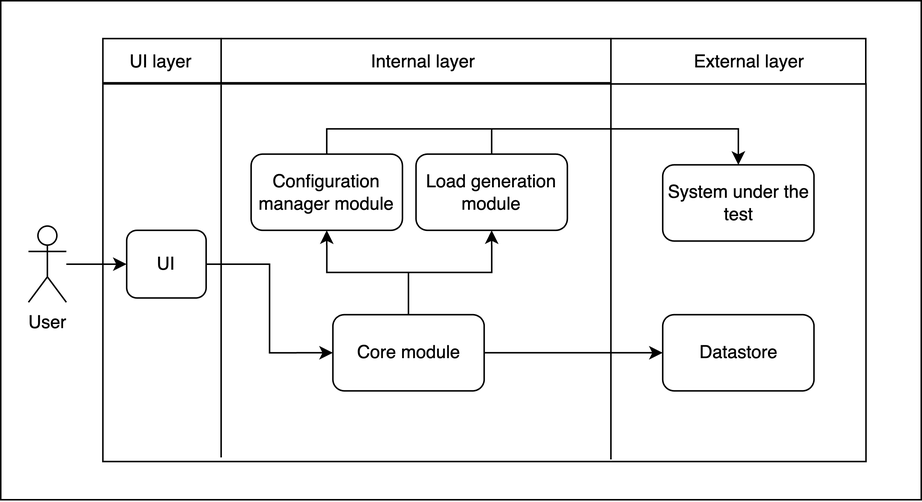
edikgoose/iu-thesis keeps this draw.io diagram as figs/design.png. Above is the earlier version. Source tidied: cells renumbered, new cells last; positions are measured from the earlier drawing's top-left corner, leaving out a move shared by most shapes. Its diagram source:
```xml
<mxGraphModel>
  <root>
    <mxCell id="0" />
    <mxCell id="1" parent="0" />
    <mxCell id="2" style="rounded=0;whiteSpace=wrap;html=1;" parent="1" vertex="1">
      <mxGeometry width="614" height="333" as="geometry" />
    </mxCell>
    <mxCell id="3" style="rounded=0;whiteSpace=wrap;html=1;" parent="1" vertex="1">
      <mxGeometry x="68.1" y="55.5" width="509" height="252" as="geometry" />
    </mxCell>
    <mxCell id="4" value="System under the test" style="rounded=1;whiteSpace=wrap;html=1;" parent="1" vertex="1">
      <mxGeometry x="441.5" y="109.5" width="100.9" height="50.8" as="geometry" />
    </mxCell>
    <mxCell id="5" style="edgeStyle=orthogonalEdgeStyle;rounded=0;jettySize=auto;html=1;entryX=0;entryY=0.5;entryDx=0;entryDy=0;" parent="1" edge="1" source="6" target="13">
      <mxGeometry relative="1" as="geometry" />
    </mxCell>
    <mxCell id="6" value="User" style="shape=umlActor;verticalLabelPosition=bottom;verticalAlign=top;html=1;outlineConnect=0;" parent="1" vertex="1">
      <mxGeometry x="18.5" y="150.4" width="25.2" height="50.8" as="geometry" />
    </mxCell>
    <mxCell id="7" value="Datastore" style="rounded=1;whiteSpace=wrap;html=1;" parent="1" vertex="1">
      <mxGeometry x="441.5" y="209.5" width="100.9" height="50.8" as="geometry" />
    </mxCell>
    <mxCell id="8" style="edgeStyle=orthogonalEdgeStyle;rounded=0;jettySize=auto;html=1;entryX=0.5;entryY=0;entryDx=0;entryDy=0;" parent="1" edge="1" source="9" target="4">
      <mxGeometry relative="1" as="geometry">
        <Array as="points">
          <mxPoint x="327" y="85.5" />
          <mxPoint x="492" y="85.5" />
        </Array>
      </mxGeometry>
    </mxCell>
    <mxCell id="9" value="Load generation module" style="rounded=1;whiteSpace=wrap;html=1;" parent="1" vertex="1">
      <mxGeometry x="277" y="102.3" width="100.9" height="50.8" as="geometry" />
    </mxCell>
    <mxCell id="10" style="edgeStyle=orthogonalEdgeStyle;rounded=0;jettySize=auto;html=1;entryX=0.5;entryY=0;entryDx=0;entryDy=0;" parent="1" edge="1" source="11" target="4">
      <mxGeometry relative="1" as="geometry">
        <Array as="points">
          <mxPoint x="217" y="85.5" />
          <mxPoint x="492" y="85.5" />
        </Array>
      </mxGeometry>
    </mxCell>
    <mxCell id="11" value="Configuration manager module" style="rounded=1;whiteSpace=wrap;html=1;" parent="1" vertex="1">
      <mxGeometry x="167" y="102.3" width="100.9" height="50.8" as="geometry" />
    </mxCell>
    <mxCell id="12" style="edgeStyle=orthogonalEdgeStyle;rounded=0;jettySize=auto;html=1;exitX=1;exitY=0.5;exitDx=0;exitDy=0;entryX=0;entryY=0.5;entryDx=0;entryDy=0;" parent="1" edge="1" source="13" target="17">
      <mxGeometry relative="1" as="geometry" />
    </mxCell>
    <mxCell id="13" value="UI" style="rounded=1;whiteSpace=wrap;html=1;" parent="1" vertex="1">
      <mxGeometry x="84" y="153.2" width="53" height="45.1" as="geometry" />
    </mxCell>
    <mxCell id="14" style="edgeStyle=orthogonalEdgeStyle;rounded=0;jettySize=auto;html=1;entryX=0;entryY=0.5;entryDx=0;entryDy=0;" parent="1" edge="1" source="17" target="7">
      <mxGeometry relative="1" as="geometry" />
    </mxCell>
    <mxCell id="15" style="edgeStyle=orthogonalEdgeStyle;rounded=0;jettySize=auto;html=1;entryX=0.5;entryY=1;entryDx=0;entryDy=0;" parent="1" edge="1" source="17" target="11">
      <mxGeometry relative="1" as="geometry" />
    </mxCell>
    <mxCell id="16" style="edgeStyle=orthogonalEdgeStyle;rounded=0;jettySize=auto;html=1;entryX=0.5;entryY=1;entryDx=0;entryDy=0;" parent="1" edge="1" source="17" target="9">
      <mxGeometry relative="1" as="geometry" />
    </mxCell>
    <mxCell id="17" value="Core module" style="rounded=1;whiteSpace=wrap;html=1;" parent="1" vertex="1">
      <mxGeometry x="221.5" y="209.5" width="100.9" height="50.8" as="geometry" />
    </mxCell>
    <mxCell id="18" style="endArrow=none;html=1;rounded=0;" parent="1" edge="1">
      <mxGeometry relative="1" as="geometry">
        <mxPoint x="147" y="304.7" as="sourcePoint" />
        <mxPoint x="147" y="56" as="targetPoint" />
      </mxGeometry>
    </mxCell>
    <mxCell id="19" style="endArrow=none;html=1;rounded=0;" parent="1" edge="1">
      <mxGeometry relative="1" as="geometry">
        <mxPoint x="407" y="306.1" as="sourcePoint" />
        <mxPoint x="407" y="36" as="targetPoint" />
      </mxGeometry>
    </mxCell>
    <mxCell id="20" style="rounded=0;whiteSpace=wrap;html=1;" parent="1" vertex="1">
      <mxGeometry x="407" y="25.2" width="170" height="30.2" as="geometry" />
    </mxCell>
    <mxCell id="21" value="External layer" style="text;html=1;align=center;verticalAlign=middle;whiteSpace=wrap;rounded=0;" parent="1" vertex="1">
      <mxGeometry x="457.5" y="25.5" width="85" height="30" as="geometry" />
    </mxCell>
    <mxCell id="22" style="rounded=0;whiteSpace=wrap;html=1;" parent="1" vertex="1">
      <mxGeometry x="147" y="25.2" width="260" height="29.5" as="geometry" />
    </mxCell>
    <mxCell id="23" value="Internal layer" style="text;html=1;align=center;verticalAlign=middle;whiteSpace=wrap;rounded=0;" parent="1" vertex="1">
      <mxGeometry x="237" y="25.5" width="90" height="30" as="geometry" />
    </mxCell>
    <mxCell id="24" style="rounded=0;whiteSpace=wrap;html=1;" parent="1" vertex="1">
      <mxGeometry x="68.1" y="25.2" width="78.9" height="29.5" as="geometry" />
    </mxCell>
    <mxCell id="25" value="UI layer" style="text;html=1;align=center;verticalAlign=middle;whiteSpace=wrap;rounded=0;" parent="1" vertex="1">
      <mxGeometry x="77" y="25.5" width="60" height="30" as="geometry" />
    </mxCell>
  </root>
</mxGraphModel>
```
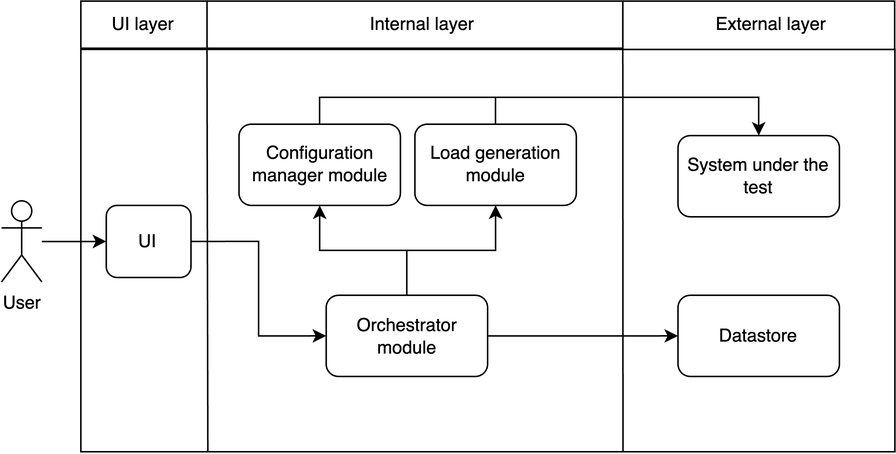
After the change.

The edit, as a diff of the source:
```diff
@@ -2,93 +2,91 @@
   <root>
     <mxCell id="0" />
     <mxCell id="1" parent="0" />
-    <mxCell id="2" style="rounded=0;whiteSpace=wrap;html=1;" parent="1" vertex="1">
-      <mxGeometry width="614" height="333" as="geometry" />
-    </mxCell>
+    <mxCell id="26" style="group;" parent="1" vertex="1">
+      <mxGeometry x="18.5" y="25.2" width="595.2" height="300.8" as="geometry" />
+    </mxCell>
-    <mxCell id="3" style="rounded=0;whiteSpace=wrap;html=1;" parent="1" vertex="1">
-      <mxGeometry x="68.1" y="55.5" width="509" height="252" as="geometry" />
+    <mxCell id="3" style="rounded=0;whiteSpace=wrap;html=1;" parent="26" vertex="1">
+      <mxGeometry x="52.9" y="32.2" width="542.4" height="268.5" as="geometry" />
     </mxCell>
-    <mxCell id="4" value="System under the test" style="rounded=1;whiteSpace=wrap;html=1;" parent="1" vertex="1">
-      <mxGeometry x="441.5" y="109.5" width="100.9" height="50.8" as="geometry" />
+    <mxCell id="4" value="System under the test" style="rounded=1;whiteSpace=wrap;html=1;" parent="26" vertex="1">
+      <mxGeometry x="450.8" y="89.8" width="107.5" height="54.2" as="geometry" />
     </mxCell>
-    <mxCell id="5" style="edgeStyle=orthogonalEdgeStyle;rounded=0;jettySize=auto;html=1;entryX=0;entryY=0.5;entryDx=0;entryDy=0;" parent="1" edge="1" source="6" target="13">
+    <mxCell id="5" style="edgeStyle=orthogonalEdgeStyle;rounded=0;jettySize=auto;html=1;entryX=0;entryY=0.5;entryDx=0;entryDy=0;" parent="26" edge="1" source="6" target="13">
       <mxGeometry relative="1" as="geometry" />
     </mxCell>
-    <mxCell id="6" value="User" style="shape=umlActor;verticalLabelPosition=bottom;verticalAlign=top;html=1;outlineConnect=0;" parent="1" vertex="1">
-      <mxGeometry x="18.5" y="150.4" width="25.2" height="50.8" as="geometry" />
+    <mxCell id="6" value="User" style="shape=umlActor;verticalLabelPosition=bottom;verticalAlign=top;html=1;outlineConnect=0;" parent="26" vertex="1">
+      <mxGeometry y="133.3" width="26.9" height="54.2" as="geometry" />
     </mxCell>
-    <mxCell id="7" value="Datastore" style="rounded=1;whiteSpace=wrap;html=1;" parent="1" vertex="1">
-      <mxGeometry x="441.5" y="209.5" width="100.9" height="50.8" as="geometry" />
+    <mxCell id="7" value="Datastore" style="rounded=1;whiteSpace=wrap;html=1;" parent="26" vertex="1">
+      <mxGeometry x="450.8" y="196.3" width="107.5" height="54.2" as="geometry" />
     </mxCell>
-    <mxCell id="8" style="edgeStyle=orthogonalEdgeStyle;rounded=0;jettySize=auto;html=1;entryX=0.5;entryY=0;entryDx=0;entryDy=0;" parent="1" edge="1" source="9" target="4">
+    <mxCell id="8" style="edgeStyle=orthogonalEdgeStyle;rounded=0;jettySize=auto;html=1;entryX=0.5;entryY=0;entryDx=0;entryDy=0;" parent="26" edge="1" source="9" target="4">
       <mxGeometry relative="1" as="geometry">
         <Array as="points">
-          <mxPoint x="327" y="85.5" />
-          <mxPoint x="492" y="85.5" />
+          <mxPoint x="328.7" y="64.2" />
+          <mxPoint x="504.5" y="64.2" />
         </Array>
       </mxGeometry>
     </mxCell>
-    <mxCell id="9" value="Load generation module" style="rounded=1;whiteSpace=wrap;html=1;" parent="1" vertex="1">
-      <mxGeometry x="277" y="102.3" width="100.9" height="50.8" as="geometry" />
+    <mxCell id="9" value="Load generation module" style="rounded=1;whiteSpace=wrap;html=1;" parent="26" vertex="1">
+      <mxGeometry x="275.4" y="82.2" width="107.5" height="54.2" as="geometry" />
     </mxCell>
-    <mxCell id="10" style="edgeStyle=orthogonalEdgeStyle;rounded=0;jettySize=auto;html=1;entryX=0.5;entryY=0;entryDx=0;entryDy=0;" parent="1" edge="1" source="11" target="4">
+    <mxCell id="10" style="edgeStyle=orthogonalEdgeStyle;rounded=0;jettySize=auto;html=1;entryX=0.5;entryY=0;entryDx=0;entryDy=0;" parent="26" edge="1" source="11" target="4">
       <mxGeometry relative="1" as="geometry">
         <Array as="points">
-          <mxPoint x="217" y="85.5" />
-          <mxPoint x="492" y="85.5" />
+          <mxPoint x="211.5" y="64.2" />
+          <mxPoint x="504.5" y="64.2" />
         </Array>
       </mxGeometry>
     </mxCell>
-    <mxCell id="11" value="Configuration manager module" style="rounded=1;whiteSpace=wrap;html=1;" parent="1" vertex="1">
-      <mxGeometry x="167" y="102.3" width="100.9" height="50.8" as="geometry" />
+    <mxCell id="11" value="Configuration manager module" style="rounded=1;whiteSpace=wrap;html=1;" parent="26" vertex="1">
+      <mxGeometry x="158.2" y="82.2" width="107.5" height="54.2" as="geometry" />
     </mxCell>
-    <mxCell id="12" style="edgeStyle=orthogonalEdgeStyle;rounded=0;jettySize=auto;html=1;exitX=1;exitY=0.5;exitDx=0;exitDy=0;entryX=0;entryY=0.5;entryDx=0;entryDy=0;" parent="1" edge="1" source="13" target="17">
+    <mxCell id="12" style="edgeStyle=orthogonalEdgeStyle;rounded=0;jettySize=auto;html=1;exitX=1;exitY=0.5;exitDx=0;exitDy=0;entryX=0;entryY=0.5;entryDx=0;entryDy=0;" parent="26" edge="1" source="13" target="17">
       <mxGeometry relative="1" as="geometry" />
     </mxCell>
-    <mxCell id="13" value="UI" style="rounded=1;whiteSpace=wrap;html=1;" parent="1" vertex="1">
-      <mxGeometry x="84" y="153.2" width="53" height="45.1" as="geometry" />
+    <mxCell id="13" value="UI" style="rounded=1;whiteSpace=wrap;html=1;" parent="26" vertex="1">
+      <mxGeometry x="69.8" y="136.3" width="56.5" height="48.1" as="geometry" />
     </mxCell>
-    <mxCell id="14" style="edgeStyle=orthogonalEdgeStyle;rounded=0;jettySize=auto;html=1;entryX=0;entryY=0.5;entryDx=0;entryDy=0;" parent="1" edge="1" source="17" target="7">
+    <mxCell id="14" style="edgeStyle=orthogonalEdgeStyle;rounded=0;jettySize=auto;html=1;entryX=0;entryY=0.5;entryDx=0;entryDy=0;" parent="26" edge="1" source="17" target="7">
       <mxGeometry relative="1" as="geometry" />
     </mxCell>
-    <mxCell id="15" style="edgeStyle=orthogonalEdgeStyle;rounded=0;jettySize=auto;html=1;entryX=0.5;entryY=1;entryDx=0;entryDy=0;" parent="1" edge="1" source="17" target="11">
+    <mxCell id="15" style="edgeStyle=orthogonalEdgeStyle;rounded=0;jettySize=auto;html=1;entryX=0.5;entryY=1;entryDx=0;entryDy=0;" parent="26" edge="1" source="17" target="11">
       <mxGeometry relative="1" as="geometry" />
     </mxCell>
-    <mxCell id="16" style="edgeStyle=orthogonalEdgeStyle;rounded=0;jettySize=auto;html=1;entryX=0.5;entryY=1;entryDx=0;entryDy=0;" parent="1" edge="1" source="17" target="9">
+    <mxCell id="16" style="edgeStyle=orthogonalEdgeStyle;rounded=0;jettySize=auto;html=1;entryX=0.5;entryY=1;entryDx=0;entryDy=0;" parent="26" edge="1" source="17" target="9">
       <mxGeometry relative="1" as="geometry" />
     </mxCell>
-    <mxCell id="17" value="Core module" style="rounded=1;whiteSpace=wrap;html=1;" parent="1" vertex="1">
-      <mxGeometry x="221.5" y="209.5" width="100.9" height="50.8" as="geometry" />
+    <mxCell id="17" value="Orchestrator module" style="rounded=1;whiteSpace=wrap;html=1;" parent="26" vertex="1">
+      <mxGeometry x="216.3" y="196.3" width="107.5" height="54.2" as="geometry" />
     </mxCell>
-    <mxCell id="18" style="endArrow=none;html=1;rounded=0;" parent="1" edge="1">
+    <mxCell id="18" style="endArrow=none;html=1;rounded=0;exitX=0.156;exitY=0.998;exitDx=0;exitDy=0;exitPerimeter=0;" parent="26" edge="1" source="3">
       <mxGeometry relative="1" as="geometry">
-        <mxPoint x="147" y="304.7" as="sourcePoint" />
-        <mxPoint x="147" y="56" as="targetPoint" />
+        <mxPoint x="136.9" y="32.8" as="targetPoint" />
       </mxGeometry>
     </mxCell>
-    <mxCell id="19" style="endArrow=none;html=1;rounded=0;" parent="1" edge="1">
+    <mxCell id="19" style="endArrow=none;html=1;rounded=0;exitX=0.666;exitY=0.999;exitDx=0;exitDy=0;exitPerimeter=0;" parent="26" edge="1" source="3">
       <mxGeometry relative="1" as="geometry">
-        <mxPoint x="407" y="306.1" as="sourcePoint" />
-        <mxPoint x="407" y="36" as="targetPoint" />
+        <mxPoint x="414" y="11.5" as="targetPoint" />
       </mxGeometry>
     </mxCell>
-    <mxCell id="20" style="rounded=0;whiteSpace=wrap;html=1;" parent="1" vertex="1">
-      <mxGeometry x="407" y="25.2" width="170" height="30.2" as="geometry" />
+    <mxCell id="20" style="rounded=0;whiteSpace=wrap;html=1;" parent="26" vertex="1">
+      <mxGeometry x="414" width="181.1" height="32.2" as="geometry" />
     </mxCell>
-    <mxCell id="21" value="External layer" style="text;html=1;align=center;verticalAlign=middle;whiteSpace=wrap;rounded=0;" parent="1" vertex="1">
-      <mxGeometry x="457.5" y="25.5" width="85" height="30" as="geometry" />
+    <mxCell id="21" value="External layer" style="text;html=1;align=center;verticalAlign=middle;whiteSpace=wrap;rounded=0;" parent="26" vertex="1">
+      <mxGeometry x="467.7" y="0.3" width="90.6" height="32" as="geometry" />
     </mxCell>
-    <mxCell id="22" style="rounded=0;whiteSpace=wrap;html=1;" parent="1" vertex="1">
-      <mxGeometry x="147" y="25.2" width="260" height="29.5" as="geometry" />
+    <mxCell id="22" style="rounded=0;whiteSpace=wrap;html=1;" parent="26" vertex="1">
+      <mxGeometry x="136.9" width="277" height="31.4" as="geometry" />
     </mxCell>
-    <mxCell id="23" value="Internal layer" style="text;html=1;align=center;verticalAlign=middle;whiteSpace=wrap;rounded=0;" parent="1" vertex="1">
-      <mxGeometry x="237" y="25.5" width="90" height="30" as="geometry" />
+    <mxCell id="23" value="Internal layer" style="text;html=1;align=center;verticalAlign=middle;whiteSpace=wrap;rounded=0;" parent="26" vertex="1">
+      <mxGeometry x="232.8" y="0.3" width="95.9" height="32" as="geometry" />
     </mxCell>
-    <mxCell id="24" style="rounded=0;whiteSpace=wrap;html=1;" parent="1" vertex="1">
-      <mxGeometry x="68.1" y="25.2" width="78.9" height="29.5" as="geometry" />
+    <mxCell id="24" style="rounded=0;whiteSpace=wrap;html=1;" parent="26" vertex="1">
+      <mxGeometry x="52.9" width="84" height="31.4" as="geometry" />
     </mxCell>
-    <mxCell id="25" value="UI layer" style="text;html=1;align=center;verticalAlign=middle;whiteSpace=wrap;rounded=0;" parent="1" vertex="1">
-      <mxGeometry x="77" y="25.5" width="60" height="30" as="geometry" />
+    <mxCell id="25" value="UI layer" style="text;html=1;align=center;verticalAlign=middle;whiteSpace=wrap;rounded=0;" parent="26" vertex="1">
+      <mxGeometry x="62.3" y="0.3" width="63.9" height="32" as="geometry" />
     </mxCell>
   </root>
 </mxGraphModel>
```
